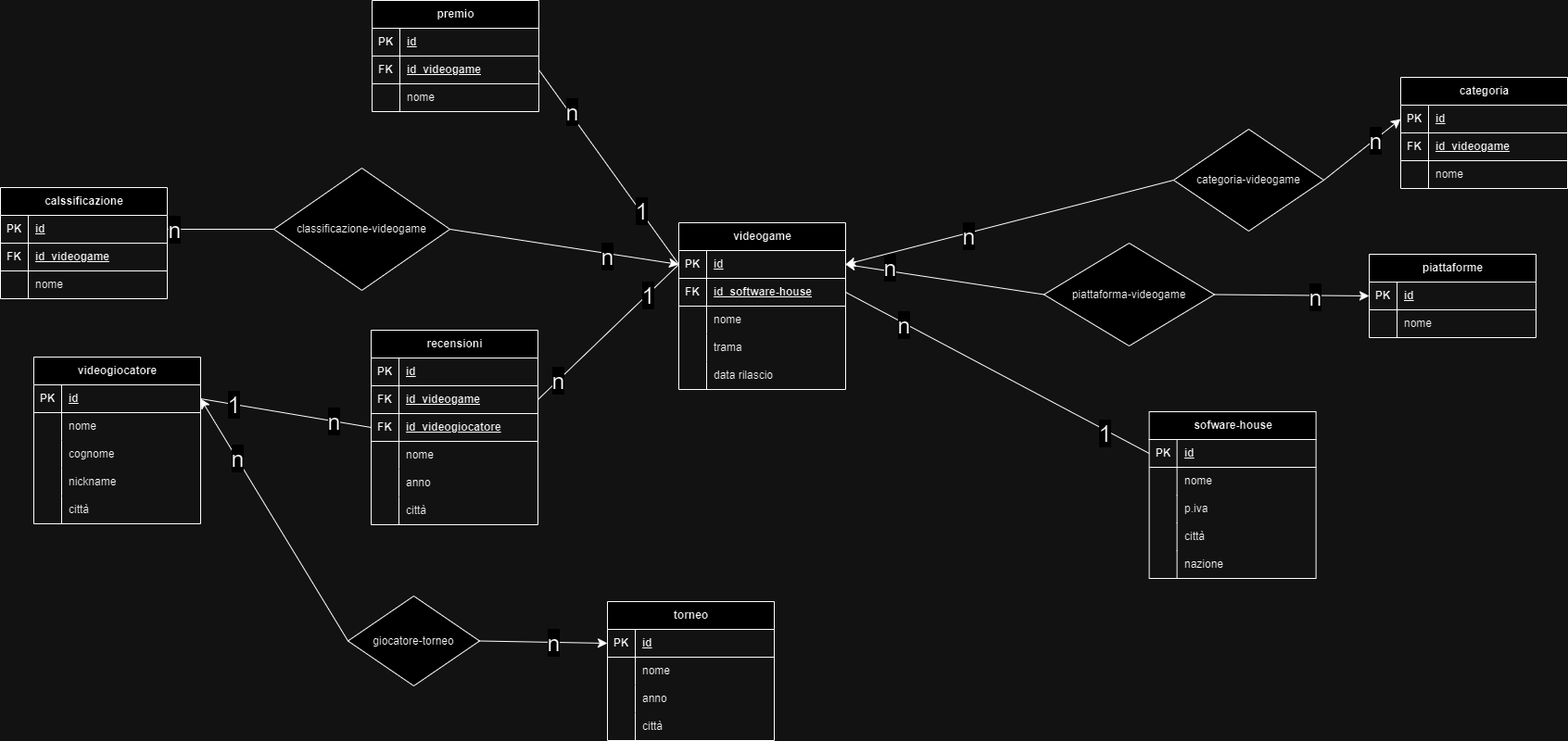
Before: diagramma.png, a diagram exported from draw.io (JohnQuimson/db-videogames). Source tidied: cells renumbered, new cells last; positions are measured from the earlier drawing's top-left corner, leaving out a move shared by most shapes.
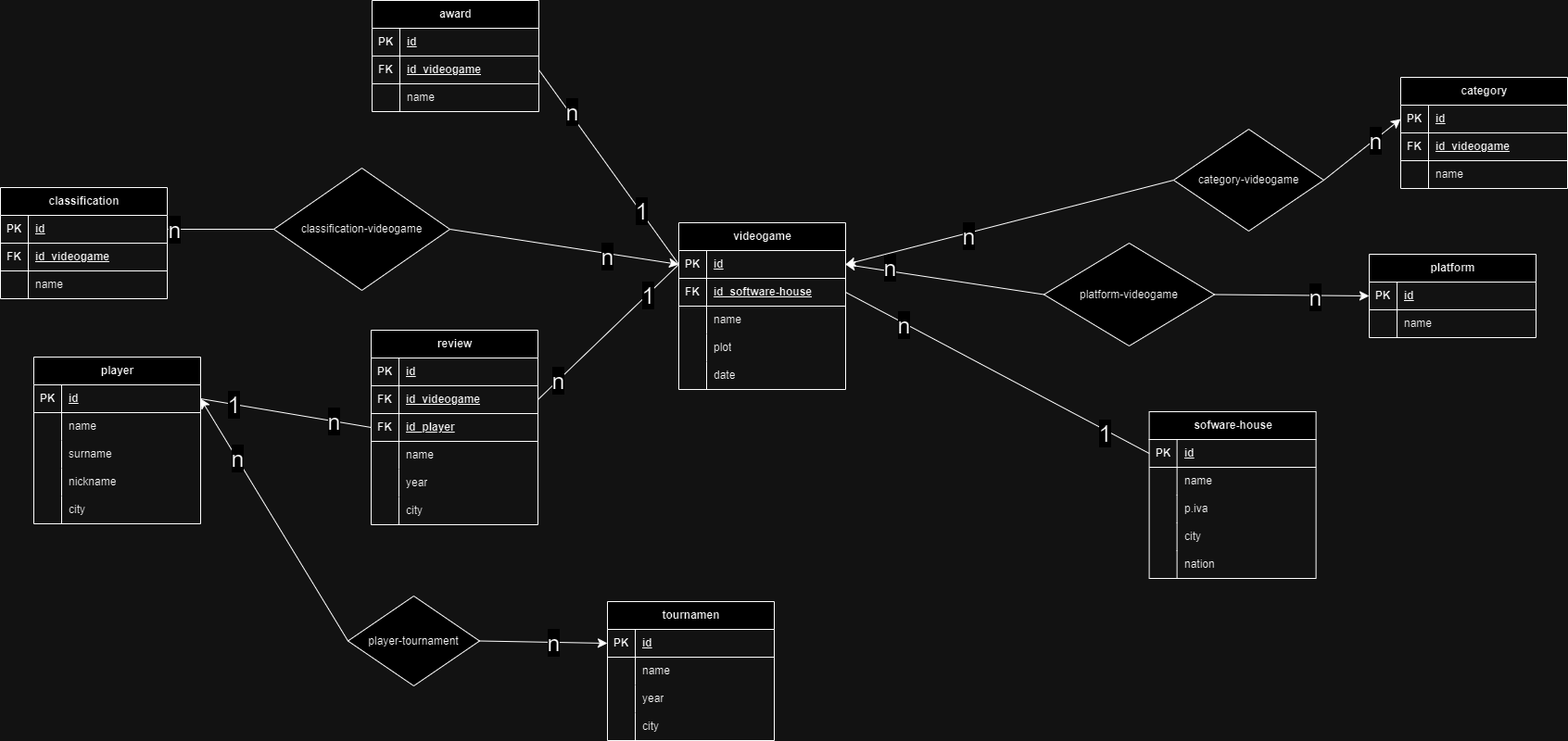
The same diagram one commit later.

Change to the diagram source:
```diff
@@ -31,3 +31,3 @@
     </mxCell>
-    <mxCell id="11" value="nome" style="shape=partialRectangle;fillColor=none;top=0;left=0;bottom=0;right=0;align=left;spacingLeft=6;overflow=hidden;whiteSpace=wrap;html=1;" parent="9" vertex="1">
+    <mxCell id="11" value="name" style="shape=partialRectangle;fillColor=none;top=0;left=0;bottom=0;right=0;align=left;spacingLeft=6;overflow=hidden;whiteSpace=wrap;html=1;" parent="9" vertex="1">
       <mxGeometry x="30" width="150" height="30" as="geometry" />
@@ -40,3 +40,3 @@
     </mxCell>
-    <mxCell id="14" value="trama" style="shape=partialRectangle;fillColor=none;top=0;left=0;bottom=0;right=0;align=left;spacingLeft=6;overflow=hidden;whiteSpace=wrap;html=1;" parent="12" vertex="1">
+    <mxCell id="14" value="plot" style="shape=partialRectangle;fillColor=none;top=0;left=0;bottom=0;right=0;align=left;spacingLeft=6;overflow=hidden;whiteSpace=wrap;html=1;" parent="12" vertex="1">
       <mxGeometry x="30" width="150" height="30" as="geometry" />
@@ -49,3 +49,3 @@
     </mxCell>
-    <mxCell id="17" value="data rilascio" style="shape=partialRectangle;fillColor=none;top=0;left=0;bottom=0;right=0;align=left;spacingLeft=6;overflow=hidden;whiteSpace=wrap;html=1;" parent="15" vertex="1">
+    <mxCell id="17" value="date" style="shape=partialRectangle;fillColor=none;top=0;left=0;bottom=0;right=0;align=left;spacingLeft=6;overflow=hidden;whiteSpace=wrap;html=1;" parent="15" vertex="1">
       <mxGeometry x="30" width="150" height="30" as="geometry" />
@@ -70,3 +70,3 @@
     </mxCell>
-    <mxCell id="24" value="nome" style="shape=partialRectangle;fillColor=none;top=0;left=0;bottom=0;right=0;align=left;spacingLeft=6;overflow=hidden;whiteSpace=wrap;html=1;" parent="22" vertex="1">
+    <mxCell id="24" value="name" style="shape=partialRectangle;fillColor=none;top=0;left=0;bottom=0;right=0;align=left;spacingLeft=6;overflow=hidden;whiteSpace=wrap;html=1;" parent="22" vertex="1">
       <mxGeometry x="30" width="150" height="30" as="geometry" />
@@ -88,3 +88,3 @@
     </mxCell>
-    <mxCell id="30" value="città" style="shape=partialRectangle;fillColor=none;top=0;left=0;bottom=0;right=0;align=left;spacingLeft=6;overflow=hidden;whiteSpace=wrap;html=1;" parent="28" vertex="1">
+    <mxCell id="30" value="city" style="shape=partialRectangle;fillColor=none;top=0;left=0;bottom=0;right=0;align=left;spacingLeft=6;overflow=hidden;whiteSpace=wrap;html=1;" parent="28" vertex="1">
       <mxGeometry x="30" width="150" height="30" as="geometry" />
@@ -97,6 +97,6 @@
     </mxCell>
-    <mxCell id="33" value="nazione" style="shape=partialRectangle;fillColor=none;top=0;left=0;bottom=0;right=0;align=left;spacingLeft=6;overflow=hidden;whiteSpace=wrap;html=1;" parent="31" vertex="1">
+    <mxCell id="33" value="nation" style="shape=partialRectangle;fillColor=none;top=0;left=0;bottom=0;right=0;align=left;spacingLeft=6;overflow=hidden;whiteSpace=wrap;html=1;" parent="31" vertex="1">
       <mxGeometry x="30" width="150" height="30" as="geometry" />
     </mxCell>
-    <mxCell id="34" value="piattaforme" style="shape=table;startSize=30;rowLines=0;fontStyle=1;align=center;html=1;" parent="1" vertex="1">
+    <mxCell id="34" value="platform" style="shape=table;startSize=30;rowLines=0;fontStyle=1;align=center;html=1;" parent="1" vertex="1">
       <mxGeometry x="1477" y="274" width="180" height="90" as="geometry" />
@@ -118,6 +118,6 @@
     </mxCell>
-    <mxCell id="40" value="nome" style="shape=partialRectangle;fillColor=none;top=0;left=0;bottom=0;right=0;align=left;spacingLeft=6;overflow=hidden;whiteSpace=wrap;html=1;" parent="38" vertex="1">
+    <mxCell id="40" value="name" style="shape=partialRectangle;fillColor=none;top=0;left=0;bottom=0;right=0;align=left;spacingLeft=6;overflow=hidden;whiteSpace=wrap;html=1;" parent="38" vertex="1">
       <mxGeometry x="30" width="150" height="30" as="geometry" />
     </mxCell>
-    <mxCell id="41" value="categoria" style="shape=table;startSize=30;rowLines=0;fontStyle=1;align=center;html=1;" parent="1" vertex="1">
+    <mxCell id="41" value="category" style="shape=table;startSize=30;rowLines=0;fontStyle=1;align=center;html=1;" parent="1" vertex="1">
       <mxGeometry x="1511" y="83" width="180" height="120" as="geometry" />
@@ -148,6 +148,6 @@
     </mxCell>
-    <mxCell id="50" value="nome" style="shape=partialRectangle;fillColor=none;top=0;left=0;bottom=0;right=0;align=left;spacingLeft=6;overflow=hidden;whiteSpace=wrap;html=1;" parent="48" vertex="1">
+    <mxCell id="50" value="name" style="shape=partialRectangle;fillColor=none;top=0;left=0;bottom=0;right=0;align=left;spacingLeft=6;overflow=hidden;whiteSpace=wrap;html=1;" parent="48" vertex="1">
       <mxGeometry x="30" width="150" height="30" as="geometry" />
     </mxCell>
-    <mxCell id="51" value="calssificazione" style="shape=table;startSize=30;rowLines=0;fontStyle=1;align=center;html=1;" parent="1" vertex="1">
+    <mxCell id="51" value="classification" style="shape=table;startSize=30;rowLines=0;fontStyle=1;align=center;html=1;" parent="1" vertex="1">
       <mxGeometry y="202" width="180" height="120" as="geometry" />
@@ -178,6 +178,6 @@
     </mxCell>
-    <mxCell id="60" value="nome" style="shape=partialRectangle;fillColor=none;top=0;left=0;bottom=0;right=0;align=left;spacingLeft=6;overflow=hidden;whiteSpace=wrap;html=1;" parent="58" vertex="1">
+    <mxCell id="60" value="name" style="shape=partialRectangle;fillColor=none;top=0;left=0;bottom=0;right=0;align=left;spacingLeft=6;overflow=hidden;whiteSpace=wrap;html=1;" parent="58" vertex="1">
       <mxGeometry x="30" width="150" height="30" as="geometry" />
     </mxCell>
-    <mxCell id="61" value="torneo" style="shape=table;startSize=30;rowLines=0;fontStyle=1;align=center;html=1;" parent="1" vertex="1">
+    <mxCell id="61" value="tournamen" style="shape=table;startSize=30;rowLines=0;fontStyle=1;align=center;html=1;" parent="1" vertex="1">
       <mxGeometry x="655" y="649" width="180" height="150" as="geometry" />
@@ -199,3 +199,3 @@
     </mxCell>
-    <mxCell id="67" value="nome" style="shape=partialRectangle;fillColor=none;top=0;left=0;bottom=0;right=0;align=left;spacingLeft=6;overflow=hidden;whiteSpace=wrap;html=1;" parent="65" vertex="1">
+    <mxCell id="67" value="name" style="shape=partialRectangle;fillColor=none;top=0;left=0;bottom=0;right=0;align=left;spacingLeft=6;overflow=hidden;whiteSpace=wrap;html=1;" parent="65" vertex="1">
       <mxGeometry x="30" width="150" height="30" as="geometry" />
@@ -208,3 +208,3 @@
     </mxCell>
-    <mxCell id="70" value="anno" style="shape=partialRectangle;fillColor=none;top=0;left=0;bottom=0;right=0;align=left;spacingLeft=6;overflow=hidden;whiteSpace=wrap;html=1;" parent="68" vertex="1">
+    <mxCell id="70" value="year" style="shape=partialRectangle;fillColor=none;top=0;left=0;bottom=0;right=0;align=left;spacingLeft=6;overflow=hidden;whiteSpace=wrap;html=1;" parent="68" vertex="1">
       <mxGeometry x="30" width="150" height="30" as="geometry" />
@@ -217,6 +217,6 @@
     </mxCell>
-    <mxCell id="73" value="città" style="shape=partialRectangle;fillColor=none;top=0;left=0;bottom=0;right=0;align=left;spacingLeft=6;overflow=hidden;whiteSpace=wrap;html=1;" parent="71" vertex="1">
+    <mxCell id="73" value="city" style="shape=partialRectangle;fillColor=none;top=0;left=0;bottom=0;right=0;align=left;spacingLeft=6;overflow=hidden;whiteSpace=wrap;html=1;" parent="71" vertex="1">
       <mxGeometry x="30" width="150" height="30" as="geometry" />
     </mxCell>
-    <mxCell id="74" value="videogiocatore" style="shape=table;startSize=30;rowLines=0;fontStyle=1;align=center;html=1;" parent="1" vertex="1">
+    <mxCell id="74" value="player" style="shape=table;startSize=30;rowLines=0;fontStyle=1;align=center;html=1;" parent="1" vertex="1">
       <mxGeometry x="36" y="385" width="180" height="180" as="geometry" />
@@ -238,3 +238,3 @@
     </mxCell>
-    <mxCell id="80" value="nome" style="shape=partialRectangle;fillColor=none;top=0;left=0;bottom=0;right=0;align=left;spacingLeft=6;overflow=hidden;whiteSpace=wrap;html=1;" parent="78" vertex="1">
+    <mxCell id="80" value="name" style="shape=partialRectangle;fillColor=none;top=0;left=0;bottom=0;right=0;align=left;spacingLeft=6;overflow=hidden;whiteSpace=wrap;html=1;" parent="78" vertex="1">
       <mxGeometry x="30" width="150" height="30" as="geometry" />
@@ -247,3 +247,3 @@
     </mxCell>
-    <mxCell id="83" value="cognome" style="shape=partialRectangle;fillColor=none;top=0;left=0;bottom=0;right=0;align=left;spacingLeft=6;overflow=hidden;whiteSpace=wrap;html=1;" parent="81" vertex="1">
+    <mxCell id="83" value="surname" style="shape=partialRectangle;fillColor=none;top=0;left=0;bottom=0;right=0;align=left;spacingLeft=6;overflow=hidden;whiteSpace=wrap;html=1;" parent="81" vertex="1">
       <mxGeometry x="30" width="150" height="30" as="geometry" />
@@ -265,6 +265,6 @@
     </mxCell>
-    <mxCell id="89" value="città" style="shape=partialRectangle;fillColor=none;top=0;left=0;bottom=0;right=0;align=left;spacingLeft=6;overflow=hidden;whiteSpace=wrap;html=1;" parent="87" vertex="1">
+    <mxCell id="89" value="city" style="shape=partialRectangle;fillColor=none;top=0;left=0;bottom=0;right=0;align=left;spacingLeft=6;overflow=hidden;whiteSpace=wrap;html=1;" parent="87" vertex="1">
       <mxGeometry x="30" width="150" height="30" as="geometry" />
     </mxCell>
-    <mxCell id="90" value="recensioni" style="shape=table;startSize=30;rowLines=0;fontStyle=1;align=center;html=1;" parent="1" vertex="1">
+    <mxCell id="90" value="review" style="shape=table;startSize=30;rowLines=0;fontStyle=1;align=center;html=1;" parent="1" vertex="1">
       <mxGeometry x="400" y="356" width="180" height="210" as="geometry" />
@@ -295,3 +295,3 @@
     </mxCell>
-    <mxCell id="99" value="id_videogiocatore" style="shape=partialRectangle;fillColor=none;top=0;left=0;bottom=0;right=0;align=left;spacingLeft=6;fontStyle=5;overflow=hidden;whiteSpace=wrap;html=1;" parent="97" vertex="1">
+    <mxCell id="99" value="id_player" style="shape=partialRectangle;fillColor=none;top=0;left=0;bottom=0;right=0;align=left;spacingLeft=6;fontStyle=5;overflow=hidden;whiteSpace=wrap;html=1;" parent="97" vertex="1">
       <mxGeometry x="30" width="150" height="30" as="geometry" />
@@ -304,3 +304,3 @@
     </mxCell>
-    <mxCell id="102" value="nome" style="shape=partialRectangle;fillColor=none;top=0;left=0;bottom=0;right=0;align=left;spacingLeft=6;overflow=hidden;whiteSpace=wrap;html=1;" parent="100" vertex="1">
+    <mxCell id="102" value="name" style="shape=partialRectangle;fillColor=none;top=0;left=0;bottom=0;right=0;align=left;spacingLeft=6;overflow=hidden;whiteSpace=wrap;html=1;" parent="100" vertex="1">
       <mxGeometry x="30" width="150" height="30" as="geometry" />
@@ -313,3 +313,3 @@
     </mxCell>
-    <mxCell id="105" value="anno" style="shape=partialRectangle;fillColor=none;top=0;left=0;bottom=0;right=0;align=left;spacingLeft=6;overflow=hidden;whiteSpace=wrap;html=1;" parent="103" vertex="1">
+    <mxCell id="105" value="year" style="shape=partialRectangle;fillColor=none;top=0;left=0;bottom=0;right=0;align=left;spacingLeft=6;overflow=hidden;whiteSpace=wrap;html=1;" parent="103" vertex="1">
       <mxGeometry x="30" width="150" height="30" as="geometry" />
@@ -322,3 +322,3 @@
     </mxCell>
-    <mxCell id="108" value="città" style="shape=partialRectangle;fillColor=none;top=0;left=0;bottom=0;right=0;align=left;spacingLeft=6;overflow=hidden;whiteSpace=wrap;html=1;" parent="106" vertex="1">
+    <mxCell id="108" value="city" style="shape=partialRectangle;fillColor=none;top=0;left=0;bottom=0;right=0;align=left;spacingLeft=6;overflow=hidden;whiteSpace=wrap;html=1;" parent="106" vertex="1">
       <mxGeometry x="30" width="150" height="30" as="geometry" />
@@ -339,3 +339,3 @@
     </mxCell>
-    <mxCell id="113" value="piattaforma-videogame" style="rhombus;whiteSpace=wrap;html=1;" parent="1" vertex="1">
+    <mxCell id="113" value="platform-videogame" style="rhombus;whiteSpace=wrap;html=1;" parent="1" vertex="1">
       <mxGeometry x="1126" y="262" width="184" height="111" as="geometry" />
@@ -348,3 +348,3 @@
     </mxCell>
-    <mxCell id="116" value="categoria-videogame" style="rhombus;whiteSpace=wrap;html=1;" parent="1" vertex="1">
+    <mxCell id="116" value="category-videogame" style="rhombus;whiteSpace=wrap;html=1;" parent="1" vertex="1">
       <mxGeometry x="1266" y="139" width="162" height="110" as="geometry" />
@@ -365,3 +365,3 @@
     </mxCell>
-    <mxCell id="121" value="classificazione-videogame" style="rhombus;whiteSpace=wrap;html=1;" parent="1" vertex="1">
+    <mxCell id="121" value="classification-videogame" style="rhombus;whiteSpace=wrap;html=1;" parent="1" vertex="1">
       <mxGeometry x="295" y="181" width="190" height="132" as="geometry" />
@@ -390,3 +390,3 @@
     </mxCell>
-    <mxCell id="128" value="giocatore-torneo" style="rhombus;whiteSpace=wrap;html=1;" parent="1" vertex="1">
+    <mxCell id="128" value="player-tournament" style="rhombus;whiteSpace=wrap;html=1;" parent="1" vertex="1">
       <mxGeometry x="375" y="643" width="142" height="97" as="geometry" />
@@ -430,3 +430,3 @@
     </mxCell>
-    <mxCell id="138" value="premio" style="shape=table;startSize=30;rowLines=0;fontStyle=1;align=center;html=1;" parent="1" vertex="1">
+    <mxCell id="138" value="award" style="shape=table;startSize=30;rowLines=0;fontStyle=1;align=center;html=1;" parent="1" vertex="1">
       <mxGeometry x="401" width="180" height="120" as="geometry" />
@@ -457,3 +457,3 @@
     </mxCell>
-    <mxCell id="147" value="nome" style="shape=partialRectangle;fillColor=none;top=0;left=0;bottom=0;right=0;align=left;spacingLeft=6;overflow=hidden;whiteSpace=wrap;html=1;" parent="145" vertex="1">
+    <mxCell id="147" value="name" style="shape=partialRectangle;fillColor=none;top=0;left=0;bottom=0;right=0;align=left;spacingLeft=6;overflow=hidden;whiteSpace=wrap;html=1;" parent="145" vertex="1">
       <mxGeometry x="30" width="150" height="30" as="geometry" />
```
